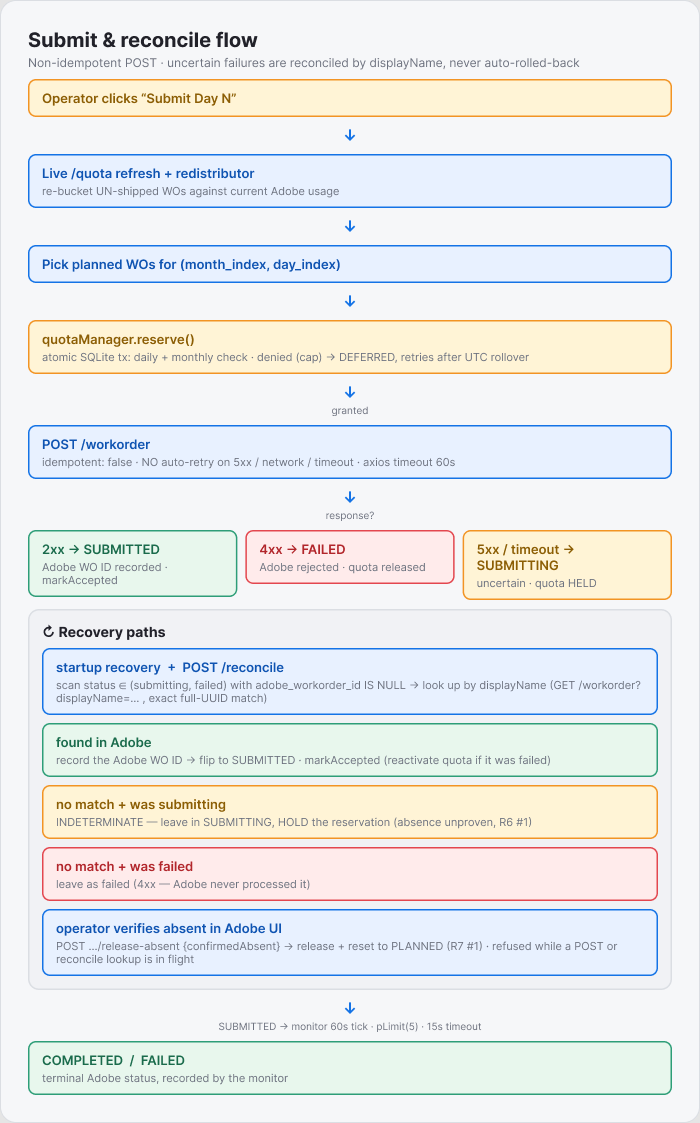
This is docs/diagrams/figma/08-submit-reconcile-flow.png from tkantk/aep-lifecycle-helper, a Mermaid export, as it was before one commit. Its source is kept beside it as docs/diagrams/08-submit-reconcile-flow.mmd. Its diagram source:
```mermaid
%%{init: {
  'theme':'base',
  'themeVariables': {
    'primaryColor':'#E8F2FF',
    'primaryTextColor':'#1A1A1A',
    'primaryBorderColor':'#1473E6',
    'lineColor':'#525252',
    'fontFamily':'Inter, Segoe UI, Helvetica, Arial, sans-serif',
    'fontSize':'13px'
  }
}}%%
flowchart TB
  Start(["<b>operator clicks Submit Day N</b>"])

  Quota["Live /quota refresh + redistributor<br/>(re-bucket unshipped WOs against current Adobe usage)"]

  Pick["Pick planned WOs for<br/>(month_index, day_index)"]

  Reserve{"<b>quotaManager.reserve()</b><br/>atomic SQLite tx:<br/>daily + monthly check"}

  Submit["<b>POST /workorder</b><br/>idempotent: false<br/>(no auto-retry on 5xx/network)<br/>axios timeout: 60s"]

  Outcome{"<b>response?</b>"}

  Submitted["<b>SUBMITTED</b><br/>Adobe WO ID recorded"]
  Deferred["<b>DEFERRED</b><br/>retries after UTC rollover"]
  Failed["<b>FAILED</b> (terminal)<br/>4xx → quota released"]
  Uncertain["<b>SUBMITTING</b> (uncertain)<br/>5xx/timeout/network<br/>quota NOT released"]

  Start --> Quota --> Pick --> Reserve
  Reserve -->|granted| Submit
  Reserve -->|"denied: quota cap"| Deferred
  Submit --> Outcome
  Outcome -->|"2xx · Adobe WO ID"| Submitted
  Outcome -->|"4xx · Adobe rejected"| Failed
  Outcome -->|"5xx · timeout · ECONNRESET"| Uncertain

  subgraph Recovery["<b>Recovery paths</b>"]
    direction TB
    Boot["<b>startup recovery</b><br/>reconcileOrphanWorkOrders()<br/>scans status='submitting'<br/>+ adobe_workorder_id IS NULL"]
    Manual["<b>POST /api/jobs/:id/reconcile</b><br/>(operator-triggered button)<br/>scans status IN ('submitting','failed')<br/>+ adobe_workorder_id IS NULL"]
    Lookup{"<b>lookup by displayName</b><br/>GET /workorder?displayName=...<br/>(exact full UUID match)"}

    Boot --> Lookup
    Manual --> Lookup

    Lookup -->|"found in Adobe"| FixIt["record Adobe WO ID<br/>flip to <b>SUBMITTED</b><br/>markAccepted (reactivate if was failed)"]
    Lookup -->|"no match + was submitting"| Indet["<b>INDETERMINATE</b><br/>leave in SUBMITTING<br/>HOLD reservation<br/>(absence unproven — R6 #1)"]
    Lookup -->|"no match + was failed"| Stay["leave as failed<br/>(4xx — never processed)"]
    Lookup -->|"Adobe 400 / network"| Leave["leave as-is<br/>(retry on next boot)"]
  end

  Indet -.->|"operator verifies absent in Adobe UI<br/>POST .../release-absent {confirmedAbsent}"| OpRelease["<b>release + reset to PLANNED</b><br/>(operator-confirmed, R7 #1)"]

  Uncertain -.->|"next boot"| Boot
  Failed -.->|"operator clicks<br/>↻ Reconcile banner"| Manual
  Submitted -->|"monitor.js 60s tick<br/>pLimit(5) · 15s timeout"| Monitor["polling for terminal status"]
  Monitor -.-> Done["<b>COMPLETED / FAILED</b>"]

  classDef start fill:#FFF4D6,stroke:#F29423,stroke-width:2px,color:#1A1A1A
  classDef gate  fill:#FFF4D6,stroke:#F29423,stroke-width:2px,color:#1A1A1A
  classDef ok    fill:#E8F8EE,stroke:#2D9D78,stroke-width:2px,color:#1A1A1A
  classDef warn  fill:#FFF4D6,stroke:#F29423,stroke-width:1.5px,color:#1A1A1A
  classDef bad   fill:#FFE1E1,stroke:#E34850,stroke-width:2px,color:#1A1A1A
  classDef proc  fill:#E8F2FF,stroke:#1473E6,stroke-width:2px,color:#1A1A1A

  class Start start
  class Reserve,Outcome,Lookup gate
  class Submitted,FixIt,Done ok
  class Deferred,Uncertain warn
  class Failed,Stay bad
  class Quota,Pick,Submit,Boot,Manual,Indet,OpRelease,Leave,Monitor proc
```
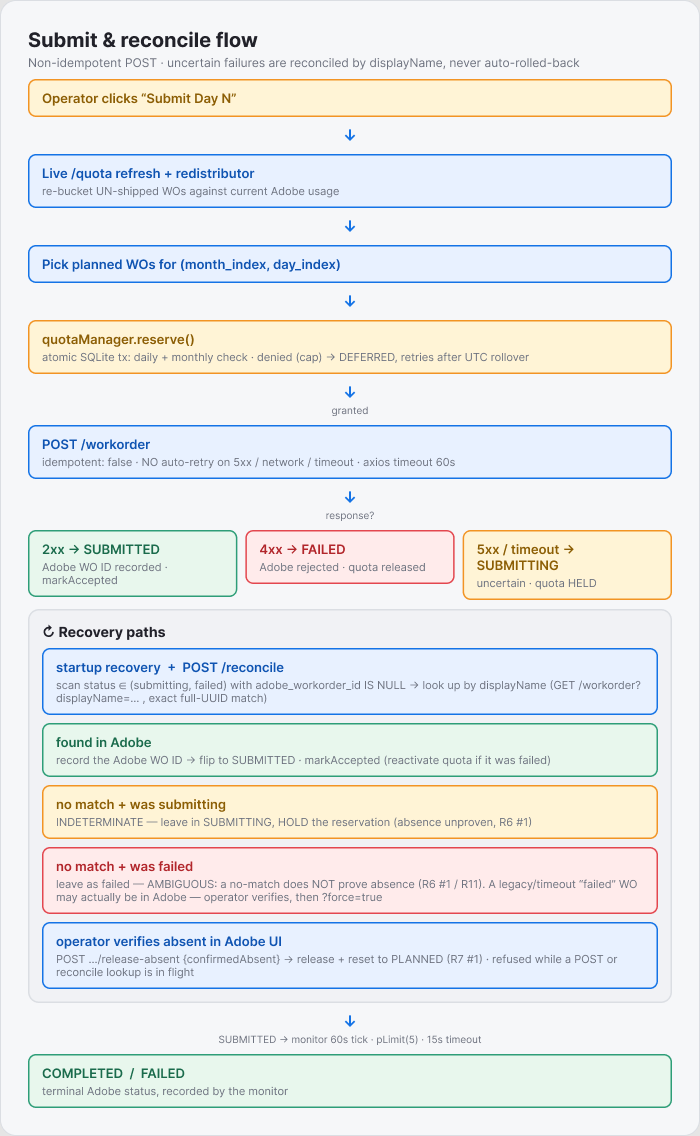
After the change.

Change to the diagram source:
```diff
@@ -46,7 +46,7 @@
 
     Lookup -->|"found in Adobe"| FixIt["record Adobe WO ID<br/>flip to <b>SUBMITTED</b><br/>markAccepted (reactivate if was failed)"]
     Lookup -->|"no match + was submitting"| Indet["<b>INDETERMINATE</b><br/>leave in SUBMITTING<br/>HOLD reservation<br/>(absence unproven — R6 #1)"]
-    Lookup -->|"no match + was failed"| Stay["leave as failed<br/>(4xx — never processed)"]
+    Lookup -->|"no match + was failed"| Stay["leave as failed — AMBIGUOUS<br/>(no-match ≠ absence; R6 #1 / R11)<br/>operator verifies, then ?force=true"]
     Lookup -->|"Adobe 400 / network"| Leave["leave as-is<br/>(retry on next boot)"]
   end
 
```
